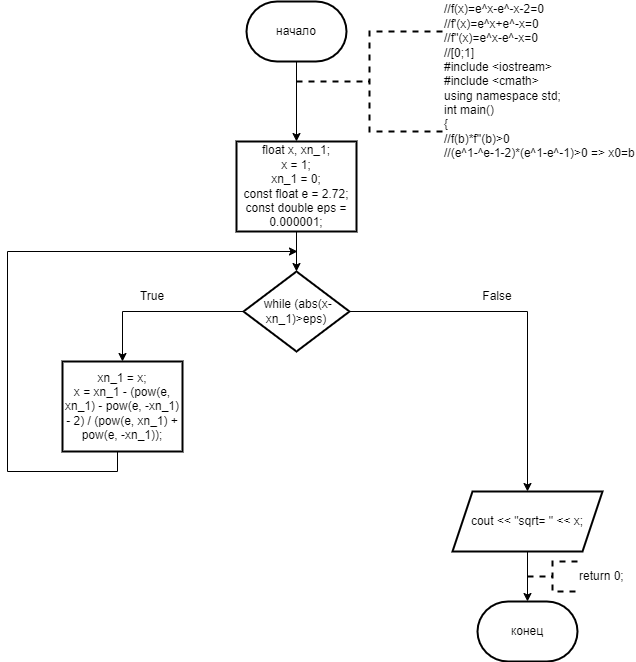
Before: SEM_1/m_newton.drawio.png, a diagram exported from draw.io (ksinph/PSTU_LABS_2023). Source tidied: cells renumbered, new cells last; positions are measured from the earlier drawing's top-left corner, leaving out a move shared by most shapes. Its diagram source:
```xml
<mxGraphModel>
  <root>
    <mxCell id="0" />
    <mxCell id="1" parent="0" />
    <mxCell id="2" style="edgeStyle=orthogonalEdgeStyle;rounded=0;jettySize=auto;html=1;" parent="1" edge="1" source="3" target="5">
      <mxGeometry relative="1" as="geometry" />
    </mxCell>
    <mxCell id="3" value="начало" style="strokeWidth=2;html=1;shape=mxgraph.flowchart.terminator;whiteSpace=wrap;" parent="1" vertex="1">
      <mxGeometry x="239" width="100" height="60" as="geometry" />
    </mxCell>
    <mxCell id="4" style="edgeStyle=orthogonalEdgeStyle;rounded=0;jettySize=auto;html=1;" parent="1" edge="1" source="5" target="9">
      <mxGeometry relative="1" as="geometry" />
    </mxCell>
    <mxCell id="5" value="&lt;div&gt;float x, xn_1;&lt;/div&gt;&lt;div&gt;x = 1;&lt;/div&gt;&lt;div&gt;xn_1 = 0;&lt;/div&gt;&lt;div&gt;const float e = 2.72;&lt;/div&gt;&lt;div&gt;const double eps = 0.000001;&lt;/div&gt;" style="whiteSpace=wrap;html=1;strokeWidth=2;" parent="1" vertex="1">
      <mxGeometry x="229" y="140" width="120" height="90" as="geometry" />
    </mxCell>
    <mxCell id="6" value="&lt;div&gt;//f(x)=e^x-e^-x-2=0&lt;/div&gt;&lt;div&gt;//f'(x)=e^x+e^-x=0&lt;/div&gt;&lt;div&gt;//f''(x)=e^x-e^-x=0&lt;/div&gt;&lt;div&gt;//[0;1]&lt;/div&gt;&lt;div&gt;#include &amp;lt;iostream&amp;gt;&lt;/div&gt;&lt;div&gt;#include &amp;lt;cmath&amp;gt;&lt;/div&gt;&lt;div&gt;using namespace std;&lt;/div&gt;&lt;div&gt;int main()&lt;/div&gt;&lt;div&gt;{&lt;/div&gt;&lt;div&gt;&lt;div&gt;//f(b)*f''(b)&amp;gt;0&lt;/div&gt;&lt;div&gt;//(e^1-^e-1-2)*(e^1-e^-1)&amp;gt;0 =&amp;gt; x0=b&lt;/div&gt;&lt;/div&gt;" style="strokeWidth=2;html=1;shape=mxgraph.flowchart.annotation_2;align=left;labelPosition=right;dashed=1;" parent="1" vertex="1">
      <mxGeometry x="289" y="30" width="146" height="100" as="geometry" />
    </mxCell>
    <mxCell id="7" style="edgeStyle=orthogonalEdgeStyle;rounded=0;jettySize=auto;html=1;" parent="1" edge="1" source="9" target="11">
      <mxGeometry relative="1" as="geometry" />
    </mxCell>
    <mxCell id="8" style="edgeStyle=orthogonalEdgeStyle;rounded=0;jettySize=auto;html=1;" parent="1" edge="1" source="9" target="12">
      <mxGeometry relative="1" as="geometry" />
    </mxCell>
    <mxCell id="9" value="&amp;nbsp;while (abs(x-xn_1)&amp;gt;eps)" style="rhombus;whiteSpace=wrap;html=1;strokeWidth=2;" parent="1" vertex="1">
      <mxGeometry x="236" y="270" width="106" height="80" as="geometry" />
    </mxCell>
    <mxCell id="10" style="edgeStyle=orthogonalEdgeStyle;rounded=0;orthogonalLoop=1;jettySize=auto;html=1;exitX=0.5;exitY=1;exitDx=0;exitDy=0;" parent="1" edge="1">
      <mxGeometry relative="1" as="geometry">
        <mxPoint x="110" y="450" as="sourcePoint" />
        <mxPoint x="290" y="250" as="targetPoint" />
        <Array as="points">
          <mxPoint x="110" y="470" />
          <mxPoint y="470" />
          <mxPoint y="250" />
        </Array>
      </mxGeometry>
    </mxCell>
    <mxCell id="11" value="&lt;div&gt;xn_1 = x;&lt;/div&gt;&lt;div&gt;x = xn_1 - (pow(e, xn_1) - pow(e, -xn_1) - 2) / (pow(e, xn_1) + pow(e, -xn_1));&lt;/div&gt;" style="whiteSpace=wrap;html=1;strokeWidth=2;" parent="1" vertex="1">
      <mxGeometry x="55" y="360" width="120" height="90" as="geometry" />
    </mxCell>
    <mxCell id="12" value="cout &amp;lt;&amp;lt; &quot;sqrt= &quot; &amp;lt;&amp;lt; x;" style="shape=parallelogram;perimeter=parallelogramPerimeter;whiteSpace=wrap;html=1;fixedSize=1;strokeWidth=2;" parent="1" vertex="1">
      <mxGeometry x="445" y="490" width="150" height="60" as="geometry" />
    </mxCell>
    <mxCell id="13" value="конец" style="strokeWidth=2;html=1;shape=mxgraph.flowchart.terminator;whiteSpace=wrap;" parent="1" vertex="1">
      <mxGeometry x="470" y="600" width="100" height="60" as="geometry" />
    </mxCell>
    <mxCell id="14" style="edgeStyle=orthogonalEdgeStyle;rounded=0;jettySize=auto;html=1;exitX=0.5;exitY=1;exitDx=0;exitDy=0;entryX=0.5;entryY=0;entryDx=0;entryDy=0;entryPerimeter=0;" parent="1" edge="1" source="12" target="13">
      <mxGeometry relative="1" as="geometry" />
    </mxCell>
    <mxCell id="15" value="return 0;" style="strokeWidth=2;html=1;shape=mxgraph.flowchart.annotation_2;align=left;labelPosition=right;dashed=1;" parent="1" vertex="1">
      <mxGeometry x="520" y="560" width="50" height="30" as="geometry" />
    </mxCell>
    <mxCell id="16" value="True" style="text;html=1;strokeColor=none;fillColor=none;align=center;verticalAlign=middle;whiteSpace=wrap;rounded=0;" parent="1" vertex="1">
      <mxGeometry x="115" y="280" width="60" height="30" as="geometry" />
    </mxCell>
    <mxCell id="17" value="False" style="text;html=1;strokeColor=none;fillColor=none;align=center;verticalAlign=middle;whiteSpace=wrap;rounded=0;" parent="1" vertex="1">
      <mxGeometry x="460" y="280" width="60" height="30" as="geometry" />
    </mxCell>
  </root>
</mxGraphModel>
```
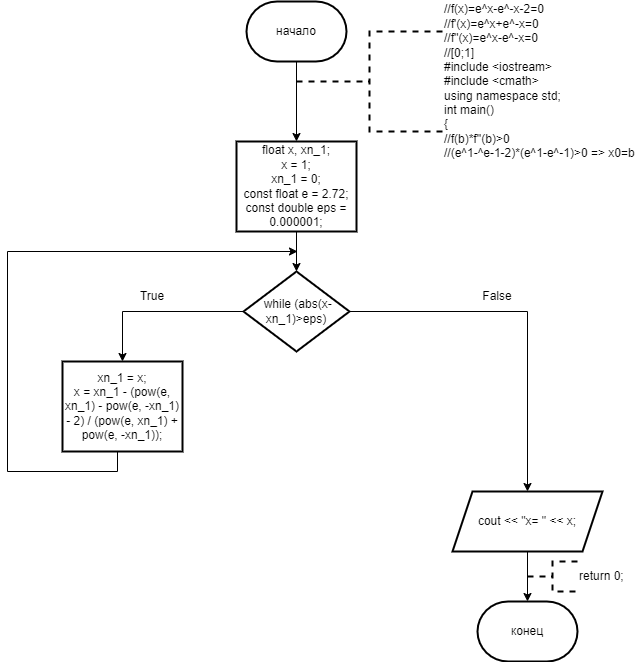
Later version of the same file.

Diff of the diagram source:
```diff
@@ -40,7 +40,7 @@
     <mxCell id="11" value="&lt;div&gt;xn_1 = x;&lt;/div&gt;&lt;div&gt;x = xn_1 - (pow(e, xn_1) - pow(e, -xn_1) - 2) / (pow(e, xn_1) + pow(e, -xn_1));&lt;/div&gt;" style="whiteSpace=wrap;html=1;strokeWidth=2;" parent="1" vertex="1">
       <mxGeometry x="55" y="360" width="120" height="90" as="geometry" />
     </mxCell>
-    <mxCell id="12" value="cout &amp;lt;&amp;lt; &quot;sqrt= &quot; &amp;lt;&amp;lt; x;" style="shape=parallelogram;perimeter=parallelogramPerimeter;whiteSpace=wrap;html=1;fixedSize=1;strokeWidth=2;" parent="1" vertex="1">
+    <mxCell id="12" value="cout &amp;lt;&amp;lt; &quot;x= &quot; &amp;lt;&amp;lt; x;" style="shape=parallelogram;perimeter=parallelogramPerimeter;whiteSpace=wrap;html=1;fixedSize=1;strokeWidth=2;" parent="1" vertex="1">
       <mxGeometry x="445" y="490" width="150" height="60" as="geometry" />
     </mxCell>
     <mxCell id="13" value="конец" style="strokeWidth=2;html=1;shape=mxgraph.flowchart.terminator;whiteSpace=wrap;" parent="1" vertex="1">
```
